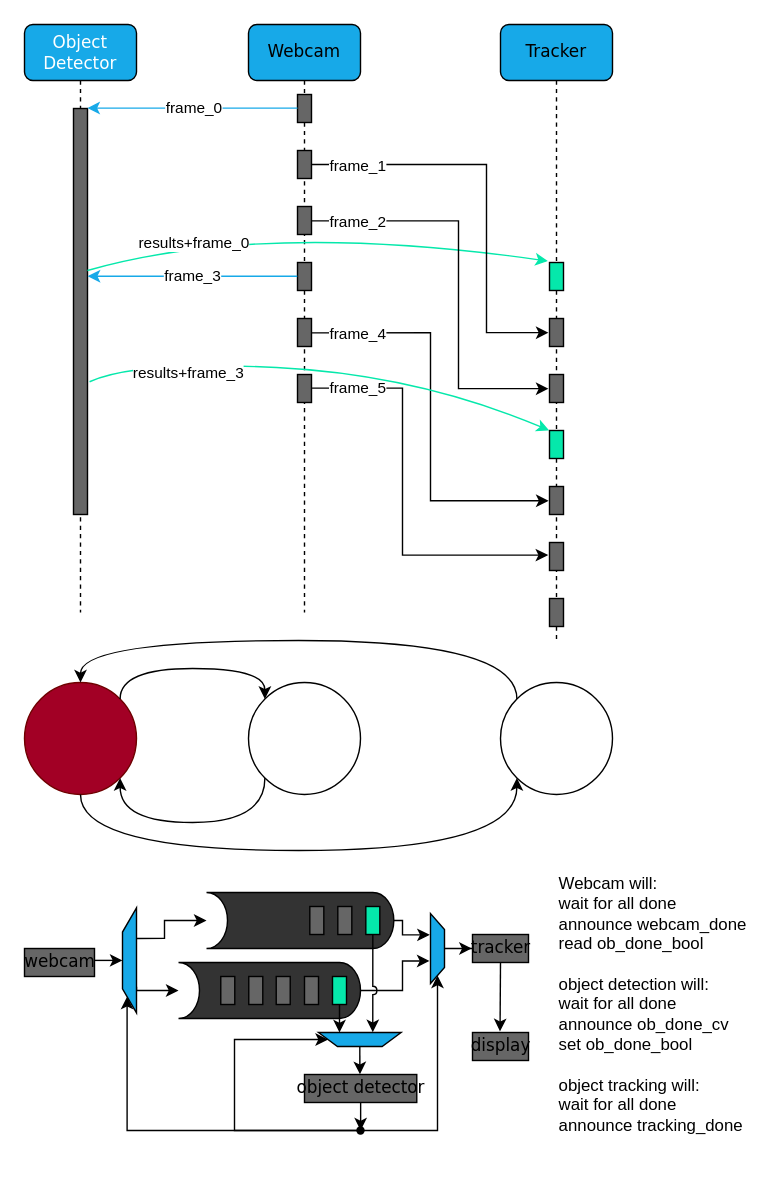
Above: hps/doc/thread_architecture.drawio in hakan-demirli/FQ-Control-Center (draw.io), before the change. Source tidied: cells renumbered, new cells numbered last; positions are measured from the earlier drawing's top-left corner, leaving out a move shared by most shapes. Both pictures are drawn from the tidied source at 140%, with x=0, y=0 at pixel (24, 24).
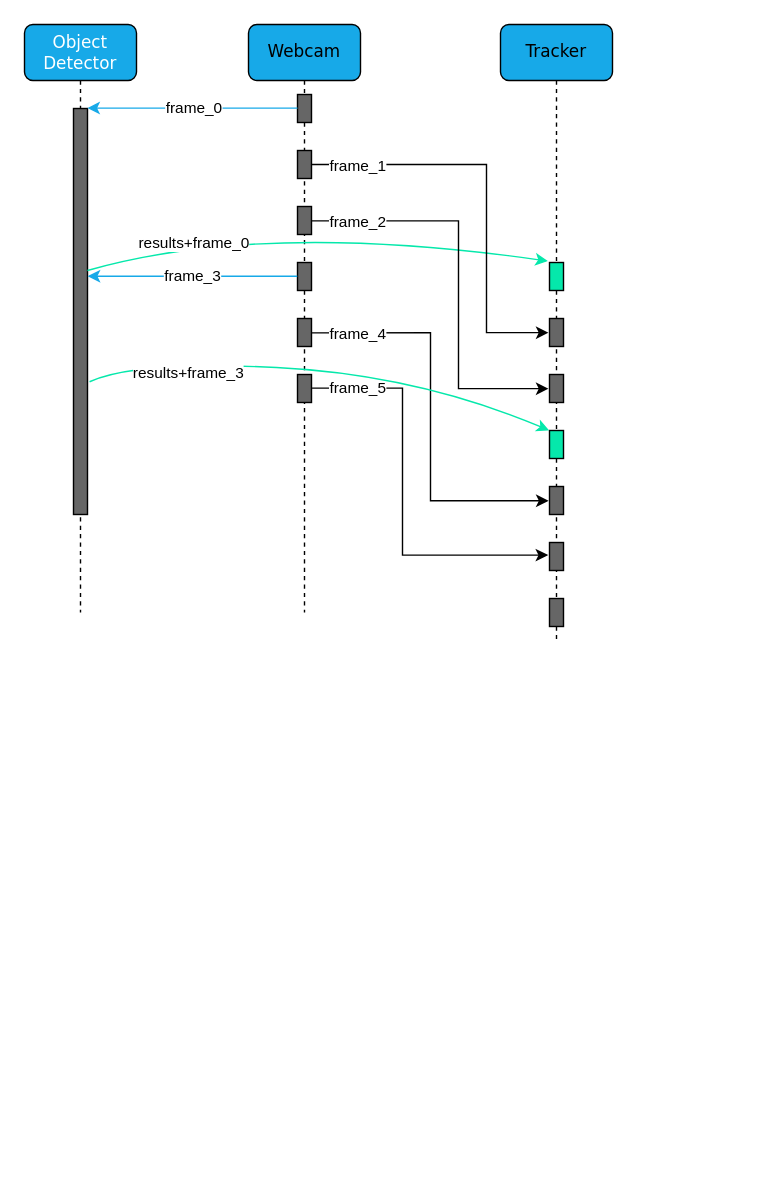
After the change.

The edit, as a diff of the source:
```diff
@@
-    <mxCell id="2" style="shape=cylinder3;whiteSpace=wrap;html=1;boundedLbl=1;backgroundOutline=1;size=15;lid=0;rounded=0;fontSize=9;strokeColor=default;fillColor=#333333;direction=north;sketch=0;shadow=0;" parent="1" vertex="1">
-      <mxGeometry x="110" y="670" width="130" height="40" as="geometry" />
-    </mxCell>
@@
-    <mxCell id="36" style="edgeStyle=orthogonalEdgeStyle;rounded=0;jettySize=auto;html=1;fontSize=9;endArrow=classic;endFill=1;entryX=0.5;entryY=0;entryDx=0;entryDy=0;" parent="1" edge="1" source="37" target="62">
-      <mxGeometry relative="1" as="geometry">
-        <Array as="points">
-          <mxPoint x="20" y="669" />
-        </Array>
-      </mxGeometry>
-    </mxCell>
-    <mxCell id="37" value="webcam" style="html=1;points=[];perimeter=orthogonalPerimeter;rounded=0;shadow=0;comic=0;labelBackgroundColor=none;strokeWidth=1;fontFamily=Verdana;fontSize=12;align=center;fillColor=#666666;" parent="1" vertex="1">
-      <mxGeometry y="660" width="50" height="20" as="geometry" />
-    </mxCell>
-    <mxCell id="38" style="html=1;perimeter=orthogonalPerimeter;rounded=0;shadow=0;comic=0;labelBackgroundColor=none;strokeWidth=1;fontFamily=Verdana;fontSize=12;align=center;fillColor=#666666;" parent="1" vertex="1">
-      <mxGeometry x="140.2" y="680" width="10" height="20" as="geometry" />
-    </mxCell>
-    <mxCell id="39" style="html=1;perimeter=orthogonalPerimeter;rounded=0;shadow=0;comic=0;labelBackgroundColor=none;strokeWidth=1;fontFamily=Verdana;fontSize=12;align=center;fillColor=#666666;" parent="1" vertex="1">
-      <mxGeometry x="160.2" y="680" width="10" height="20" as="geometry" />
-    </mxCell>
-    <mxCell id="40" style="html=1;perimeter=orthogonalPerimeter;rounded=0;shadow=0;comic=0;labelBackgroundColor=none;strokeWidth=1;fontFamily=Verdana;fontSize=12;align=center;fillColor=#666666;" parent="1" vertex="1">
-      <mxGeometry x="179.8" y="680" width="10" height="20" as="geometry" />
-    </mxCell>
-    <mxCell id="41" style="html=1;perimeter=orthogonalPerimeter;rounded=0;shadow=0;comic=0;labelBackgroundColor=none;strokeWidth=1;fontFamily=Verdana;fontSize=12;align=center;fillColor=#666666;" parent="1" vertex="1">
-      <mxGeometry x="200" y="680" width="10" height="20" as="geometry" />
-    </mxCell>
-    <mxCell id="42" style="edgeStyle=orthogonalEdgeStyle;rounded=0;jettySize=auto;html=1;fontSize=9;endArrow=classic;endFill=1;entryX=0.25;entryY=0;entryDx=0;entryDy=0;" parent="1" edge="1" source="43" target="64">
-      <mxGeometry relative="1" as="geometry" />
-    </mxCell>
-    <mxCell id="43" style="html=1;points=[];perimeter=orthogonalPerimeter;rounded=0;shadow=0;comic=0;labelBackgroundColor=none;strokeWidth=1;fontFamily=Verdana;fontSize=12;align=center;fillColor=#05E8AB;" parent="1" vertex="1">
-      <mxGeometry x="220" y="680" width="10" height="20" as="geometry" />
-    </mxCell>
-    <mxCell id="44" style="edgeStyle=orthogonalEdgeStyle;rounded=0;jettySize=auto;html=1;fontSize=9;endArrow=classic;endFill=1;entryX=0;entryY=0.25;entryDx=0;entryDy=0;" parent="1" edge="1" source="65" target="62">
-      <mxGeometry relative="1" as="geometry">
-        <Array as="points">
-          <mxPoint x="73" y="790" />
-          <mxPoint x="73" y="694" />
-        </Array>
-      </mxGeometry>
-    </mxCell>
-    <mxCell id="45" style="edgeStyle=orthogonalEdgeStyle;rounded=0;jettySize=auto;html=1;fontSize=9;endArrow=classic;endFill=1;entryX=0;entryY=0.5;entryDx=0;entryDy=0;" parent="1" edge="1" source="65" target="64">
-      <mxGeometry relative="1" as="geometry">
-        <Array as="points">
-          <mxPoint x="150" y="790" />
-          <mxPoint x="150" y="725" />
-        </Array>
-      </mxGeometry>
-    </mxCell>
-    <mxCell id="46" style="edgeStyle=orthogonalEdgeStyle;rounded=0;jettySize=auto;html=1;fontSize=9;endArrow=classic;endFill=1;entryX=1;entryY=0.5;entryDx=0;entryDy=0;exitX=0.553;exitY=0.551;exitDx=0;exitDy=0;exitPerimeter=0;" parent="1" edge="1" source="65" target="59">
-      <mxGeometry relative="1" as="geometry">
-        <Array as="points">
-          <mxPoint x="295" y="790" />
-        </Array>
-      </mxGeometry>
-    </mxCell>
-    <mxCell id="47" style="edgeStyle=orthogonalEdgeStyle;rounded=0;jumpStyle=arc;jettySize=auto;html=1;fontSize=9;endArrow=classic;endFill=1;" parent="1" edge="1" source="48" target="65">
-      <mxGeometry relative="1" as="geometry" />
-    </mxCell>
-    <mxCell id="48" value="object detector" style="html=1;points=[];perimeter=orthogonalPerimeter;rounded=0;shadow=0;comic=0;labelBackgroundColor=none;strokeWidth=1;fontFamily=Verdana;fontSize=12;align=center;fillColor=#666666;" parent="1" vertex="1">
-      <mxGeometry x="200" y="750" width="80.2" height="20" as="geometry" />
-    </mxCell>
-    <mxCell id="49" style="edgeStyle=orthogonalEdgeStyle;rounded=0;jettySize=auto;html=1;entryX=0.322;entryY=1.069;entryDx=0;entryDy=0;entryPerimeter=0;fontSize=9;endArrow=classic;endFill=1;" parent="1" edge="1" source="2" target="59">
-      <mxGeometry relative="1" as="geometry">
-        <Array as="points">
-          <mxPoint x="270" y="690" />
-          <mxPoint x="270" y="669" />
-        </Array>
-      </mxGeometry>
-    </mxCell>
-    <mxCell id="50" style="edgeStyle=orthogonalEdgeStyle;rounded=0;jettySize=auto;html=1;entryX=0.5;entryY=0;entryDx=0;entryDy=0;entryPerimeter=0;fontSize=9;endArrow=classic;endFill=1;exitX=0.25;exitY=1;exitDx=0;exitDy=0;" parent="1" edge="1" source="62" target="2">
-      <mxGeometry relative="1" as="geometry">
-        <Array as="points">
-          <mxPoint x="80" y="690" />
-        </Array>
-      </mxGeometry>
-    </mxCell>
-    <mxCell id="51" style="edgeStyle=orthogonalEdgeStyle;rounded=0;jettySize=auto;html=1;fontSize=9;endArrow=classic;endFill=1;entryX=0.5;entryY=0;entryDx=0;entryDy=0;entryPerimeter=0;exitX=0.291;exitY=1.015;exitDx=0;exitDy=0;exitPerimeter=0;" parent="1" edge="1" source="62" target="53">
-      <mxGeometry relative="1" as="geometry">
-        <Array as="points">
-          <mxPoint x="100" y="653" />
-          <mxPoint x="100" y="640" />
-        </Array>
-      </mxGeometry>
-    </mxCell>
-    <mxCell id="52" style="edgeStyle=orthogonalEdgeStyle;rounded=0;jettySize=auto;html=1;fontSize=9;endArrow=classic;endFill=1;entryX=0.695;entryY=1.05;entryDx=0;entryDy=0;entryPerimeter=0;exitX=0.5;exitY=1;exitDx=0;exitDy=0;exitPerimeter=0;" parent="1" edge="1" source="53" target="59">
-      <mxGeometry relative="1" as="geometry">
-        <Array as="points">
-          <mxPoint x="270" y="640" />
-          <mxPoint x="270" y="650" />
-        </Array>
-      </mxGeometry>
-    </mxCell>
-    <mxCell id="53" style="shape=cylinder3;whiteSpace=wrap;html=1;boundedLbl=1;backgroundOutline=1;size=15;lid=0;rounded=0;fontSize=9;strokeColor=default;fillColor=#333333;direction=north;sketch=0;shadow=0;" parent="1" vertex="1">
-      <mxGeometry x="130" y="620" width="133.8" height="40" as="geometry" />
-    </mxCell>
-    <mxCell id="54" style="edgeStyle=orthogonalEdgeStyle;rounded=0;jettySize=auto;html=1;fontSize=9;endArrow=classic;endFill=1;entryX=0.657;entryY=1.019;entryDx=0;entryDy=0;entryPerimeter=0;jumpStyle=arc;" parent="1" edge="1" source="55" target="64">
-      <mxGeometry relative="1" as="geometry">
-        <Array as="points">
-          <mxPoint x="249" y="700" />
-          <mxPoint x="249" y="700" />
-          <mxPoint x="249" y="720" />
-        </Array>
-      </mxGeometry>
-    </mxCell>
-    <mxCell id="55" style="html=1;points=[];perimeter=orthogonalPerimeter;rounded=0;shadow=0;comic=0;labelBackgroundColor=none;strokeWidth=1;fontFamily=Verdana;fontSize=12;align=center;fillColor=#05E8AB;" parent="1" vertex="1">
-      <mxGeometry x="243.8" y="630" width="10" height="20" as="geometry" />
-    </mxCell>
-    <mxCell id="56" style="html=1;perimeter=orthogonalPerimeter;rounded=0;shadow=0;comic=0;labelBackgroundColor=none;strokeWidth=1;fontFamily=Verdana;fontSize=12;align=center;fillColor=#666666;" parent="1" vertex="1">
-      <mxGeometry x="223.8" y="630" width="10" height="20" as="geometry" />
-    </mxCell>
-    <mxCell id="57" style="html=1;perimeter=orthogonalPerimeter;rounded=0;shadow=0;comic=0;labelBackgroundColor=none;strokeWidth=1;fontFamily=Verdana;fontSize=12;align=center;fillColor=#666666;" parent="1" vertex="1">
-      <mxGeometry x="203.8" y="630" width="10" height="20" as="geometry" />
-    </mxCell>
-    <mxCell id="58" style="edgeStyle=orthogonalEdgeStyle;rounded=0;jettySize=auto;html=1;entryX=-0.013;entryY=0.499;entryDx=0;entryDy=0;entryPerimeter=0;fontSize=9;endArrow=classic;endFill=1;" parent="1" edge="1" source="59" target="61">
-      <mxGeometry relative="1" as="geometry" />
-    </mxCell>
-    <mxCell id="59" style="verticalLabelPosition=middle;verticalAlign=middle;html=1;shape=trapezoid;perimeter=trapezoidPerimeter;whiteSpace=wrap;size=0.23;arcSize=10;flipV=1;labelPosition=center;align=center;rounded=0;shadow=0;sketch=0;fontSize=9;strokeColor=default;fillColor=#17A9E8;direction=south;" parent="1" vertex="1">
-      <mxGeometry x="290" y="635" width="10" height="50" as="geometry" />
-    </mxCell>
-    <mxCell id="60" style="edgeStyle=orthogonalEdgeStyle;rounded=0;jumpStyle=arc;jettySize=auto;html=1;fontSize=9;endArrow=classic;endFill=1;entryX=0.49;entryY=-0.04;entryDx=0;entryDy=0;entryPerimeter=0;" parent="1" edge="1" source="61" target="66">
-      <mxGeometry relative="1" as="geometry" />
-    </mxCell>
-    <mxCell id="61" value="tracker" style="html=1;points=[];perimeter=orthogonalPerimeter;rounded=0;shadow=0;comic=0;labelBackgroundColor=none;strokeWidth=1;fontFamily=Verdana;fontSize=12;align=center;fillColor=#666666;" parent="1" vertex="1">
-      <mxGeometry x="320" y="650" width="40" height="20" as="geometry" />
-    </mxCell>
-    <mxCell id="62" style="verticalLabelPosition=middle;verticalAlign=middle;html=1;shape=trapezoid;perimeter=trapezoidPerimeter;whiteSpace=wrap;size=0.23;arcSize=10;flipV=1;labelPosition=center;align=center;rounded=0;shadow=0;sketch=0;fontSize=9;strokeColor=default;fillColor=#17A9E8;direction=north;" parent="1" vertex="1">
-      <mxGeometry x="70" y="631" width="10" height="75" as="geometry" />
-    </mxCell>
-    <mxCell id="63" style="edgeStyle=orthogonalEdgeStyle;rounded=0;jumpStyle=arc;jettySize=auto;html=1;entryX=0.494;entryY=-0.009;entryDx=0;entryDy=0;entryPerimeter=0;fontSize=9;endArrow=classic;endFill=1;exitX=0.5;exitY=1;exitDx=0;exitDy=0;" parent="1" edge="1" source="64" target="48">
-      <mxGeometry relative="1" as="geometry">
-        <Array as="points">
-          <mxPoint x="239" y="739" />
-          <mxPoint x="240" y="739" />
-        </Array>
-      </mxGeometry>
-    </mxCell>
-    <mxCell id="64" style="verticalLabelPosition=middle;verticalAlign=middle;html=1;shape=trapezoid;perimeter=trapezoidPerimeter;whiteSpace=wrap;size=0.23;arcSize=10;flipV=1;labelPosition=center;align=center;rounded=0;shadow=0;sketch=0;fontSize=9;strokeColor=default;fillColor=#17A9E8;direction=east;" parent="1" vertex="1">
-      <mxGeometry x="210" y="720" width="59" height="10" as="geometry" />
-    </mxCell>
-    <mxCell id="65" style="shape=waypoint;sketch=0;fillStyle=solid;size=6;points=[];fillColor=none;perimeter=centerPerimeter;snapToPoint=1;rounded=0;shadow=0;fontSize=9;strokeColor=default;" parent="1" vertex="1">
-      <mxGeometry x="220" y="770" width="40" height="40" as="geometry" />
-    </mxCell>
-    <mxCell id="66" value="display" style="html=1;points=[];perimeter=orthogonalPerimeter;rounded=0;shadow=0;comic=0;labelBackgroundColor=none;strokeWidth=1;fontFamily=Verdana;fontSize=12;align=center;fillColor=#666666;" parent="1" vertex="1">
-      <mxGeometry x="320" y="720" width="40" height="20" as="geometry" />
-    </mxCell>
-    <mxCell id="67" style="ellipse;whiteSpace=wrap;html=1;fillColor=none;" parent="1" vertex="1">
-      <mxGeometry x="340" y="470" width="80" height="80" as="geometry" />
-    </mxCell>
-    <mxCell id="68" style="ellipse;whiteSpace=wrap;html=1;fillColor=#a20025;fontColor=#ffffff;strokeColor=#6F0000;" parent="1" vertex="1">
-      <mxGeometry y="470" width="80" height="80" as="geometry" />
-    </mxCell>
-    <mxCell id="69" style="ellipse;whiteSpace=wrap;html=1;fillColor=none;" parent="1" vertex="1">
-      <mxGeometry x="160" y="470" width="80" height="80" as="geometry" />
-    </mxCell>
-    <mxCell id="70" style="edgeStyle=orthogonalEdgeStyle;jettySize=auto;html=1;entryX=0;entryY=0;entryDx=0;entryDy=0;exitX=1;exitY=0;exitDx=0;exitDy=0;curved=1;" parent="1" edge="1" source="68" target="69">
-      <mxGeometry relative="1" as="geometry">
-        <Array as="points">
-          <mxPoint x="68" y="460" />
-          <mxPoint x="172" y="460" />
-        </Array>
-      </mxGeometry>
-    </mxCell>
-    <mxCell id="71" style="edgeStyle=orthogonalEdgeStyle;jettySize=auto;html=1;entryX=0.5;entryY=0;entryDx=0;entryDy=0;curved=1;exitX=0;exitY=0;exitDx=0;exitDy=0;" parent="1" edge="1" source="67" target="68">
-      <mxGeometry relative="1" as="geometry">
-        <Array as="points">
-          <mxPoint x="352" y="440" />
-          <mxPoint x="40" y="440" />
-        </Array>
-      </mxGeometry>
-    </mxCell>
-    <mxCell id="72" style="edgeStyle=orthogonalEdgeStyle;jettySize=auto;html=1;entryX=1;entryY=1;entryDx=0;entryDy=0;exitX=0;exitY=1;exitDx=0;exitDy=0;curved=1;" parent="1" edge="1" source="69" target="68">
-      <mxGeometry relative="1" as="geometry">
-        <Array as="points">
-          <mxPoint x="172" y="570" />
-          <mxPoint x="68" y="570" />
-        </Array>
-      </mxGeometry>
-    </mxCell>
-    <mxCell id="73" style="edgeStyle=orthogonalEdgeStyle;jettySize=auto;html=1;exitX=0.5;exitY=1;exitDx=0;exitDy=0;curved=1;entryX=0;entryY=1;entryDx=0;entryDy=0;" parent="1" edge="1" source="68" target="67">
-      <mxGeometry relative="1" as="geometry">
-        <Array as="points">
-          <mxPoint x="40" y="590" />
-          <mxPoint x="352" y="590" />
-        </Array>
-      </mxGeometry>
-    </mxCell>
-    <mxCell id="74" value="Webcam will:&lt;br&gt;wait for all done&lt;br&gt;announce webcam_done&lt;br&gt;read ob_done_bool&lt;br&gt;&lt;br&gt;object detection will:&lt;br&gt;wait for all done&lt;br&gt;announce ob_done_cv&lt;br&gt;set ob_done_bool&lt;br&gt;&lt;br&gt;object tracking will:&lt;br&gt;wait for all done&lt;br&gt;announce tracking_done&lt;br&gt;&lt;br&gt;&lt;br&gt;" style="text;html=1;strokeColor=none;fillColor=none;align=left;verticalAlign=top;whiteSpace=wrap;rounded=0;" parent="1" vertex="1">
-      <mxGeometry x="380" y="600" width="140" height="200" as="geometry" />
-    </mxCell>
```
